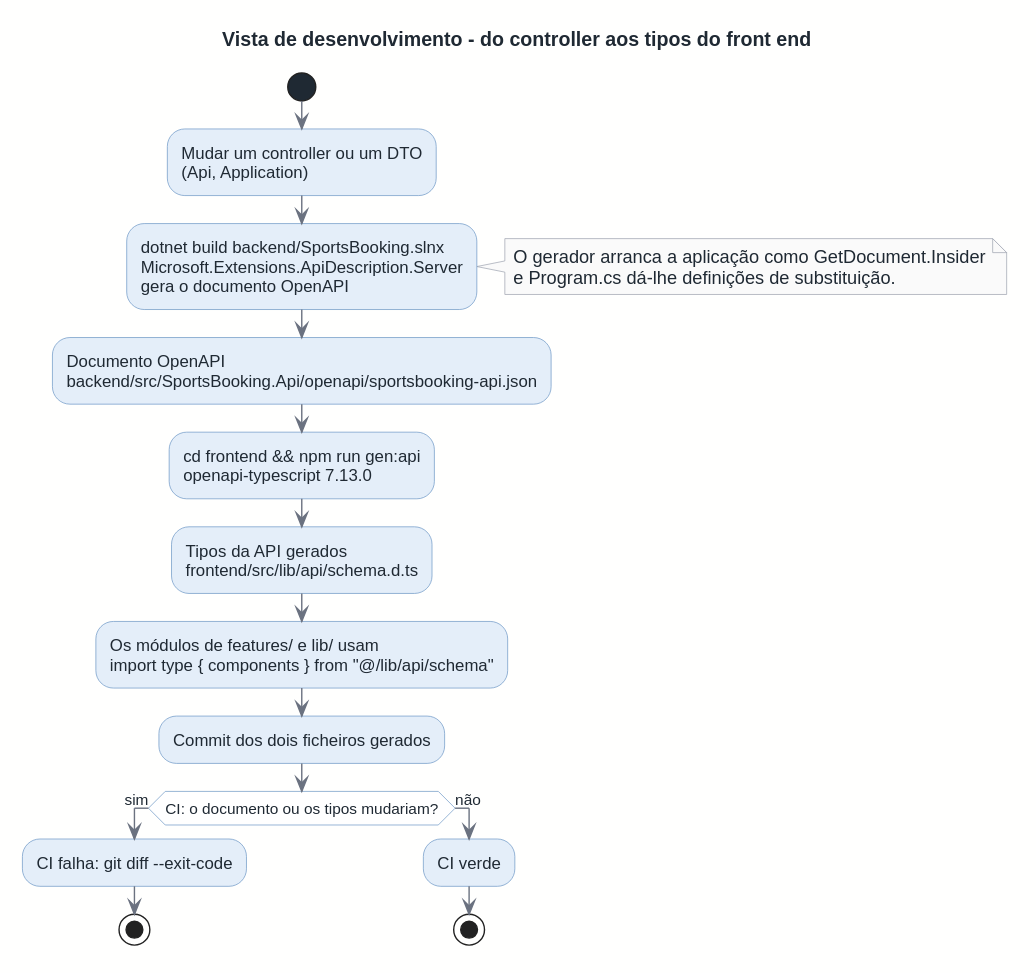
This is docs/architecture/out/development-api-types.svg from rodrigo4sousa/SportsEstablishments, a PlantUML export, as it was before one commit.
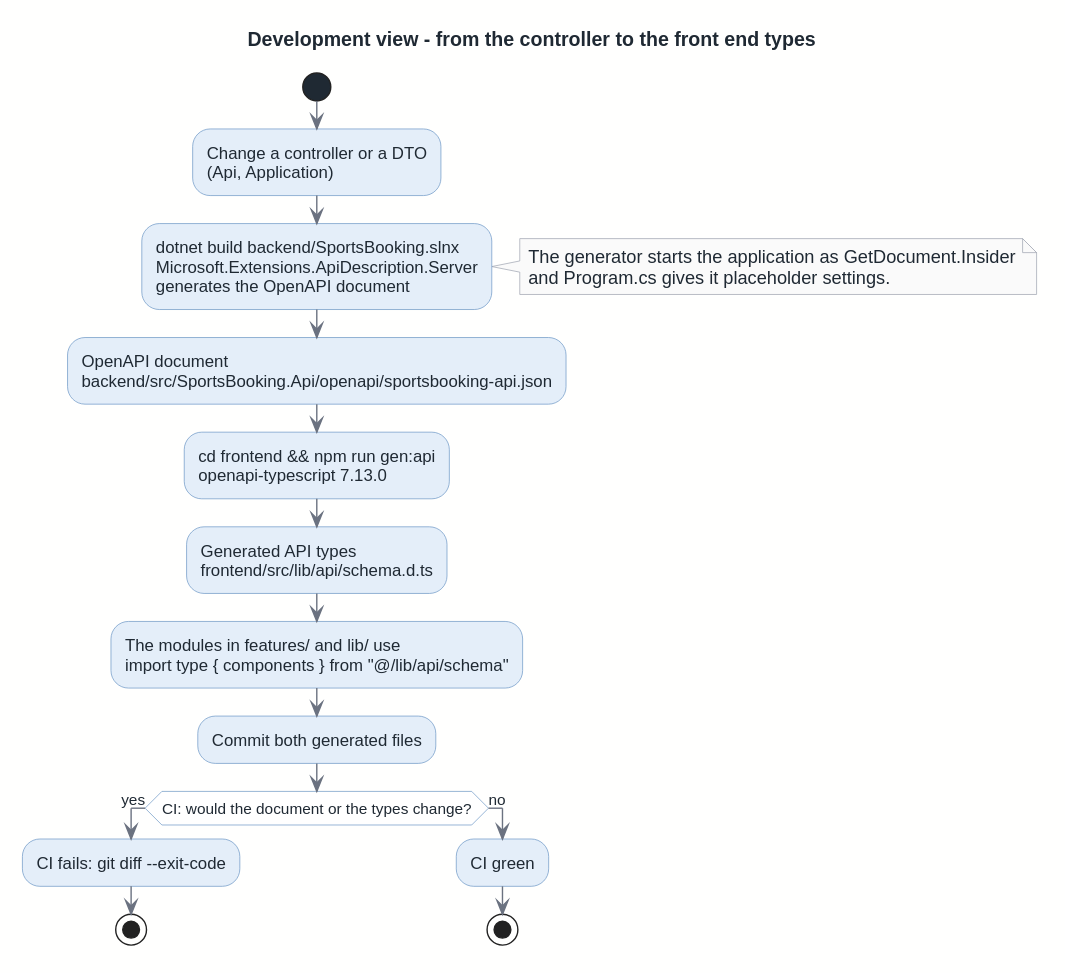
After the commit.

The edit, as a diff of the source:
```diff
@@ -1,24 +1,24 @@
 @startuml
 !include ../style.puml
-title Vista de desenvolvimento - do controller aos tipos do front end
+title Development view - from the controller to the front end types
 
 start
-:Mudar um controller ou um DTO\n(Api, Application);
-:dotnet build backend/SportsBooking.slnx\nMicrosoft.Extensions.ApiDescription.Server\ngera o documento OpenAPI;
+:Change a controller or a DTO\n(Api, Application);
+:dotnet build backend/SportsBooking.slnx\nMicrosoft.Extensions.ApiDescription.Server\ngenerates the OpenAPI document;
 note right
-  O gerador arranca a aplicação como GetDocument.Insider
-  e Program.cs dá-lhe definições de substituição.
+  The generator starts the application as GetDocument.Insider
+  and Program.cs gives it placeholder settings.
 end note
-:Documento OpenAPI\nbackend/src/SportsBooking.Api/openapi/sportsbooking-api.json;
+:OpenAPI document\nbackend/src/SportsBooking.Api/openapi/sportsbooking-api.json;
 :cd frontend && npm run gen:api\nopenapi-typescript 7.13.0;
-:Tipos da API gerados\nfrontend/src/lib/api/schema.d.ts;
-:Os módulos de features/ e lib/ usam\nimport type { components } from "@/lib/api/schema";
-:Commit dos dois ficheiros gerados;
-if (CI: o documento ou os tipos mudariam?) then (sim)
-  :CI falha: git diff ~-~-exit-code;
+:Generated API types\nfrontend/src/lib/api/schema.d.ts;
+:The modules in features/ and lib/ use\nimport type { components } from "@/lib/api/schema";
+:Commit both generated files;
+if (CI: would the document or the types change?) then (yes)
+  :CI fails: git diff ~-~-exit-code;
   stop
-else (não)
-  :CI verde;
+else (no)
+  :CI green;
   stop
 endif
 @enduml
```
